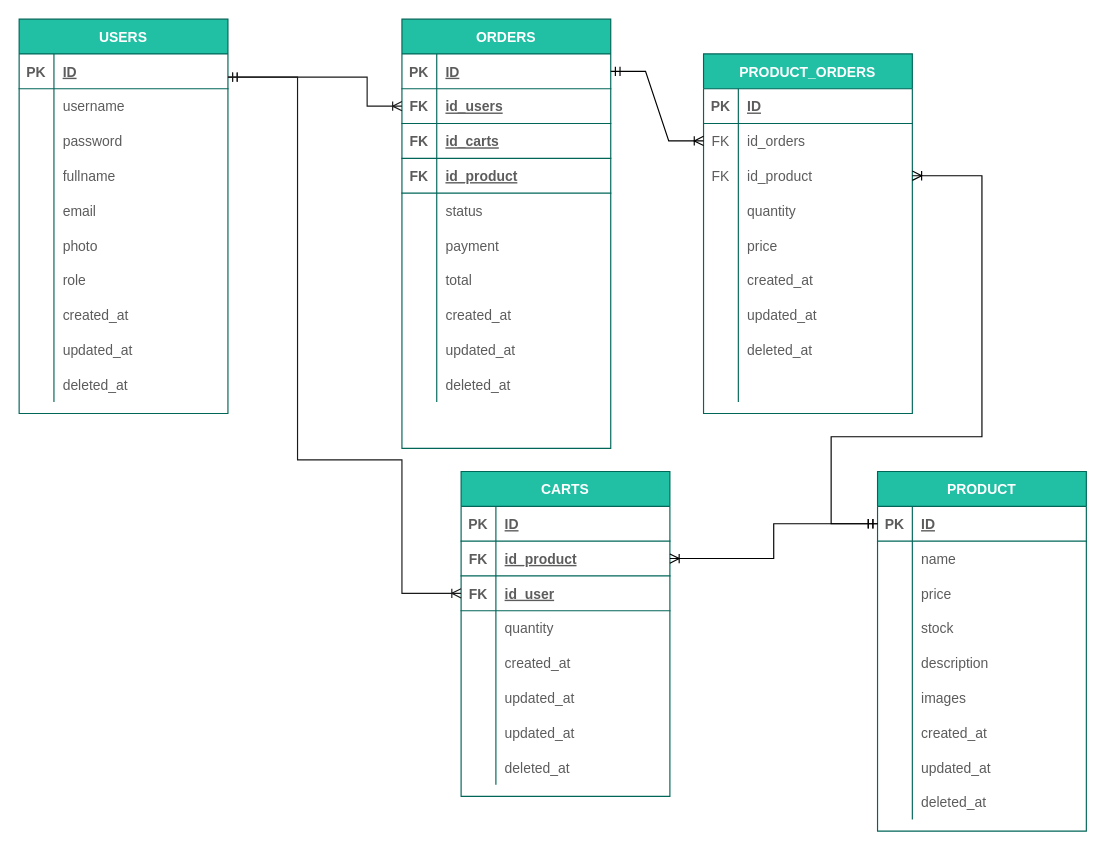
The draw.io diagram erd/ecommerce.drawio in Project3-Golang/commerce-app, before the edit. Source tidied: cells renumbered, new cells numbered last; positions are measured from the earlier drawing's top-left corner, leaving out a move shared by most shapes. Both pictures are drawn from the tidied source at 116%, with x=0, y=0 at pixel (19, 19).
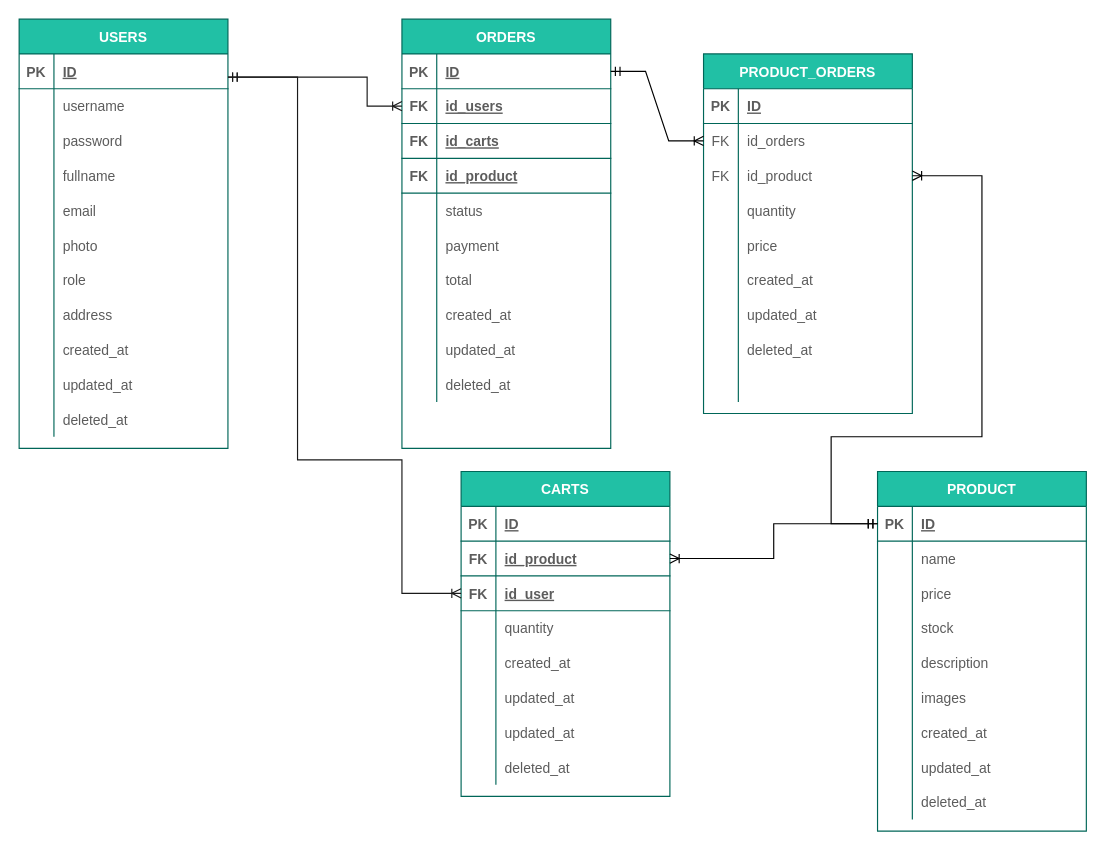
Above is the later version.

Change to the diagram source:
```diff
@@
     <mxCell id="30" value="USERS" style="shape=table;startSize=30;childLayout=tableLayout;rowLines=0;fontStyle=1;align=center;fillColor=#21C0A5;strokeColor=#006658;fontColor=#FFFFFF;" parent="1" vertex="1">
-      <mxGeometry width="180" height="340" as="geometry" />
+      <mxGeometry width="180" height="370" as="geometry" />
     </mxCell>
@@
+    <mxCell id="150" style="shape=tableRow;horizontal=0;startSize=0;swimlaneHead=0;swimlaneBody=0;fillColor=none;top=0;left=0;right=0;bottom=0;strokeColor=#006658;fontColor=#5C5C5C;" parent="30" vertex="1">
+      <mxGeometry y="240" width="180" height="30" as="geometry" />
+    </mxCell>
+    <mxCell id="151" style="shape=partialRectangle;fillColor=none;top=0;left=0;bottom=0;right=0;overflow=hidden;strokeColor=#006658;fontColor=#5C5C5C;" parent="150" vertex="1">
+      <mxGeometry width="30" height="30" as="geometry" />
+    </mxCell>
+    <mxCell id="152" value="address" style="shape=partialRectangle;fillColor=none;top=0;left=0;bottom=0;right=0;align=left;spacingLeft=6;overflow=hidden;strokeColor=#006658;fontColor=#5C5C5C;" parent="150" vertex="1">
+      <mxGeometry x="30" width="150" height="30" as="geometry" />
+    </mxCell>
     <mxCell id="52" style="shape=tableRow;horizontal=0;startSize=0;swimlaneHead=0;swimlaneBody=0;fillColor=none;top=0;left=0;right=0;bottom=0;strokeColor=#006658;fontColor=#5C5C5C;" parent="30" vertex="1">
-      <mxGeometry y="240" width="180" height="30" as="geometry" />
+      <mxGeometry y="270" width="180" height="30" as="geometry" />
     </mxCell>
@@
     <mxCell id="55" style="shape=tableRow;horizontal=0;startSize=0;swimlaneHead=0;swimlaneBody=0;fillColor=none;top=0;left=0;right=0;bottom=0;strokeColor=#006658;fontColor=#5C5C5C;" parent="30" vertex="1">
-      <mxGeometry y="270" width="180" height="30" as="geometry" />
+      <mxGeometry y="300" width="180" height="30" as="geometry" />
     </mxCell>
@@
     <mxCell id="58" style="shape=tableRow;horizontal=0;startSize=0;swimlaneHead=0;swimlaneBody=0;fillColor=none;top=0;left=0;right=0;bottom=0;strokeColor=#006658;fontColor=#5C5C5C;" parent="30" vertex="1">
-      <mxGeometry y="300" width="180" height="30" as="geometry" />
+      <mxGeometry y="330" width="180" height="30" as="geometry" />
     </mxCell>
```
